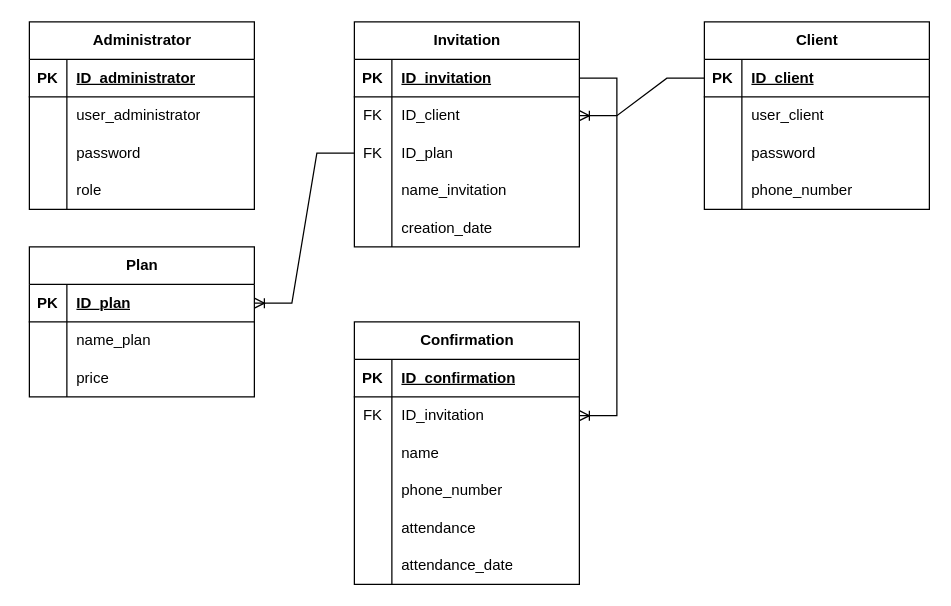
This is invitaciones evento.drawio from Davidvg29/proyecto-invitaciones-backend, a draw.io file, before an edit. Source tidied: cells renumbered, new cells numbered last; positions are measured from the earlier drawing's top-left corner, leaving out a move shared by most shapes. Both pictures are drawn from the tidied source at 125%, with x=0, y=0 at pixel (29, 21).
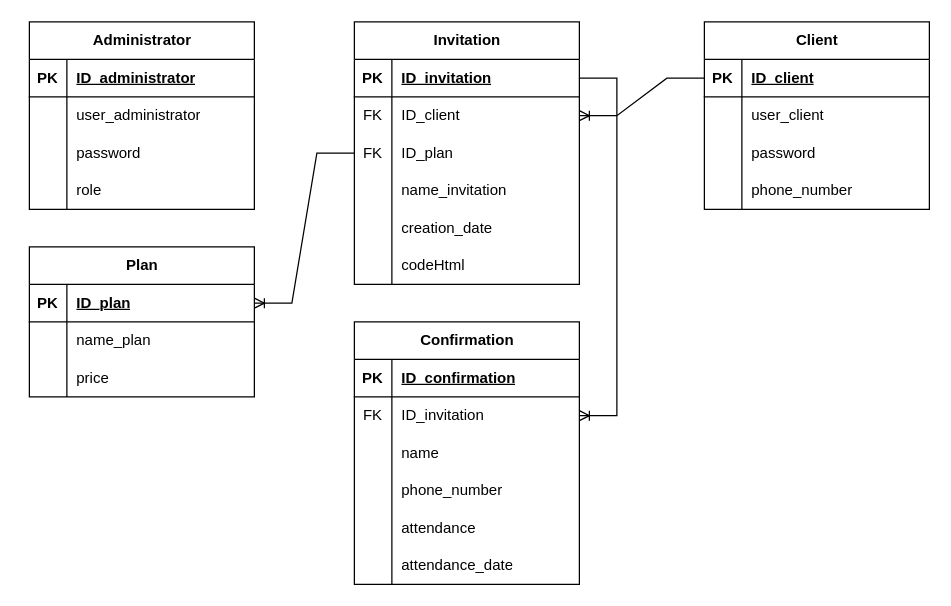
After the change.

Commit message (it also covers changes not shown here):
change model confirmation and diagram, fixed controller create client, controllers confirmation ready

What changed in the source:
```diff
@@
     <mxCell id="15" value="Invitation" style="shape=table;startSize=30;childLayout=tableLayout;rowLines=0;fontStyle=1;align=center;html=1;" parent="1" vertex="1">
-      <mxGeometry x="260" width="180" height="180" as="geometry" />
+      <mxGeometry x="260" width="180" height="210" as="geometry" />
     </mxCell>
@@
+    <mxCell id="76" style="shape=tableRow;horizontal=0;startSize=0;swimlaneHead=0;swimlaneBody=0;fillColor=none;top=0;left=0;right=0;bottom=0;" parent="15" vertex="1">
+      <mxGeometry y="180" width="180" height="30" as="geometry" />
+    </mxCell>
+    <mxCell id="77" style="shape=partialRectangle;fillColor=none;top=0;left=0;bottom=0;right=0;overflow=hidden;whiteSpace=wrap;html=1;" parent="76" vertex="1">
+      <mxGeometry width="30" height="30" as="geometry" />
+    </mxCell>
+    <mxCell id="78" value="codeHtml" style="shape=partialRectangle;fillColor=none;top=0;left=0;bottom=0;right=0;align=left;spacingLeft=6;overflow=hidden;whiteSpace=wrap;html=1;" parent="76" vertex="1">
+      <mxGeometry x="30" width="150" height="30" as="geometry" />
+    </mxCell>
```
